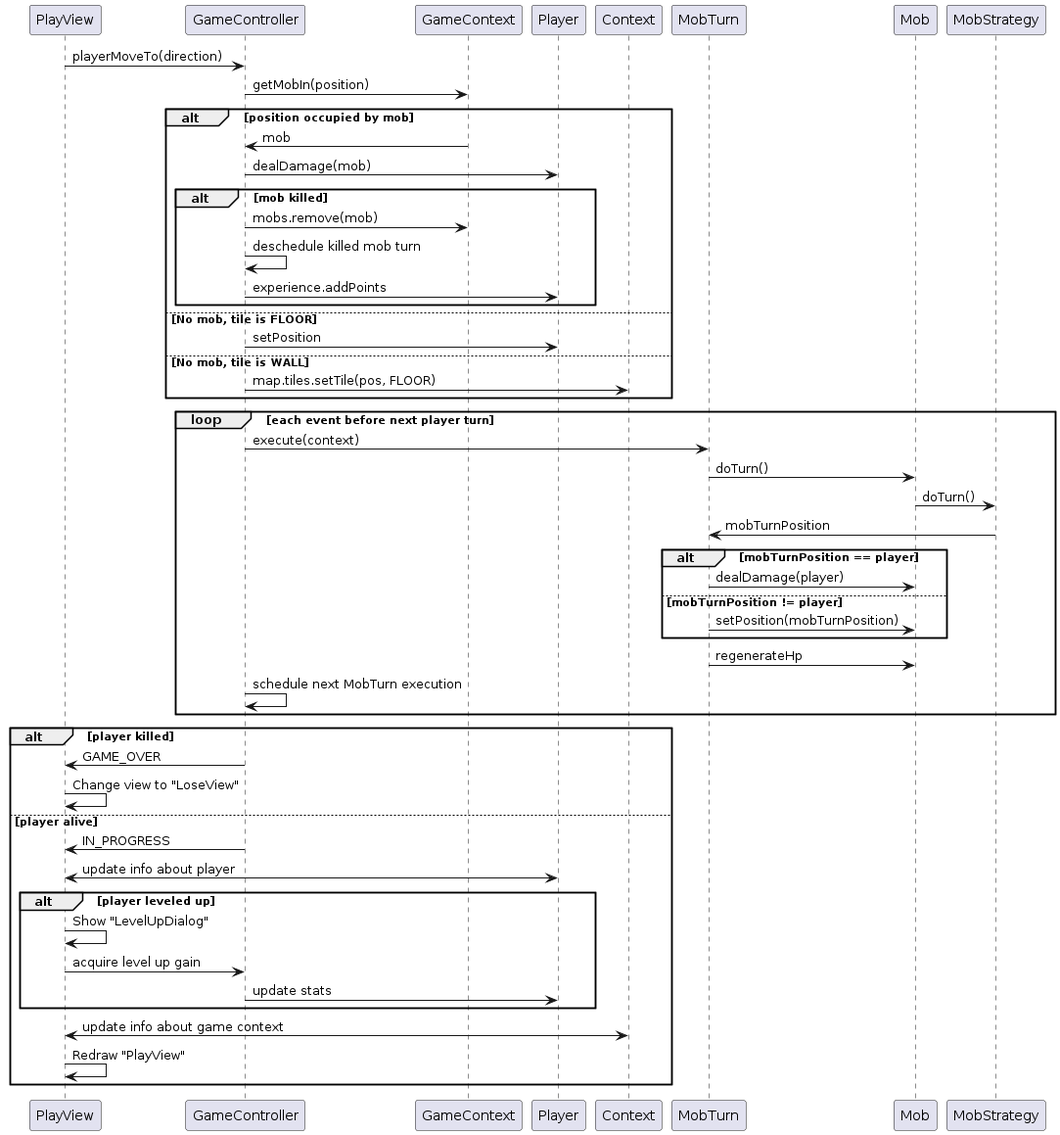
khaser/software-architecture-course keeps this PlantUML diagram as practice-2-roguelike/uml/rendered/sequence_diagram.png. Above is the earlier version. Source of this version:
```plantuml
@startuml
PlayView -> GameController : playerMoveTo(direction)
GameController -> GameContext : getMobIn(position)
alt position occupied by mob
    GameController <- GameContext : mob
    GameController -> Player : dealDamage(mob)
    alt mob killed
        GameController -> GameContext : mobs.remove(mob)
        GameController -> GameController : deschedule killed mob turn
        GameController -> Player : experience.addPoints
    end
else No mob, tile is FLOOR
    GameController -> Player : setPosition
else No mob, tile is WALL
    GameController -> Context : map.tiles.setTile(pos, FLOOR)
end

loop each event before next player turn
    GameController -> MobTurn : execute(context)
    MobTurn -> Mob : doTurn()
    Mob -> MobStrategy : doTurn()
    MobTurn <- MobStrategy : mobTurnPosition
    alt mobTurnPosition == player
        MobTurn -> Mob : dealDamage(player)
    else mobTurnPosition != player
        MobTurn -> Mob : setPosition(mobTurnPosition)
    end
    MobTurn -> Mob : regenerateHp
    GameController -> GameController : schedule next MobTurn execution
end

alt player killed
    PlayView <- GameController : GAME_OVER
    PlayView -> PlayView : Change view to "LoseView"
else player alive
    PlayView <- GameController : IN_PROGRESS
    PlayView <-> Player : update info about player
    alt player leveled up
        PlayView -> PlayView : Show "LevelUpDialog"
        PlayView -> GameController : acquire level up gain
        GameController -> Player : update stats
    end
    PlayView <-> Context : update info about game context
    PlayView -> PlayView : Redraw "PlayView"
end
@enduml
```
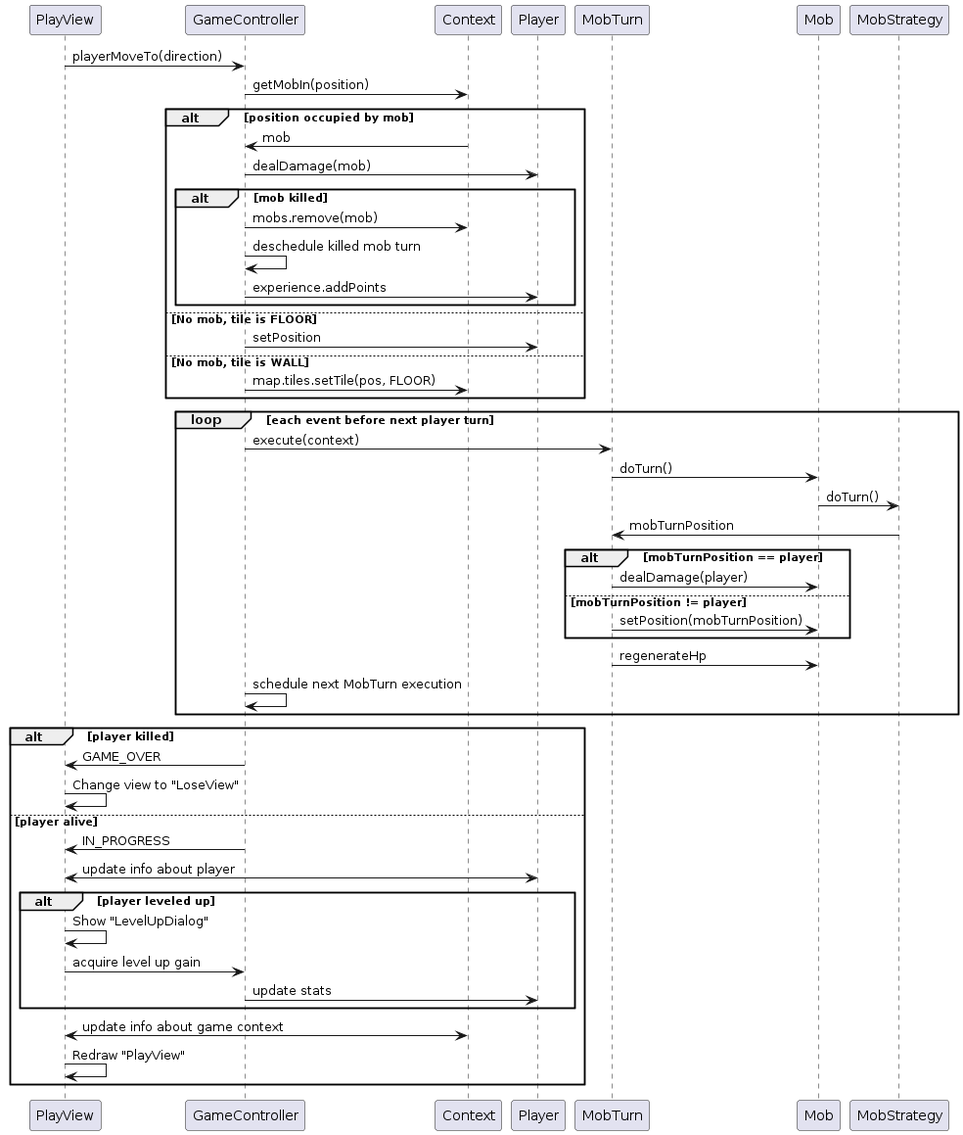
Above is the later version.

Commit message:
fix sequence diagram

What changed in the source:
```diff
@@ -1,11 +1,11 @@
 @startuml
 PlayView -> GameController : playerMoveTo(direction)
-GameController -> GameContext : getMobIn(position)
+GameController -> Context : getMobIn(position)
 alt position occupied by mob
-    GameController <- GameContext : mob
+    GameController <- Context : mob
     GameController -> Player : dealDamage(mob)
     alt mob killed
-        GameController -> GameContext : mobs.remove(mob)
+        GameController -> Context : mobs.remove(mob)
         GameController -> GameController : deschedule killed mob turn
         GameController -> Player : experience.addPoints
     end
```
